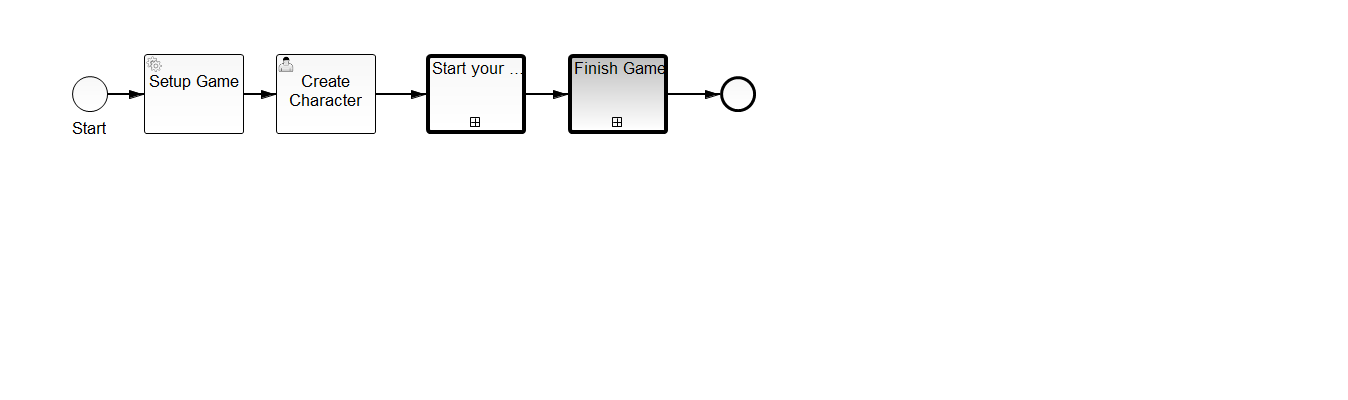
Above: src/main/resources/ceo.png in NPDeehan/bpmn-quest (BPMN), before the change. Its source is kept beside it as src/main/resources/ceo.bpmn. Ids are renumbered. Source of this version:
```xml
<bpmn2:definitions xmlns:xsi="http://www.w3.org/2001/XMLSchema-instance" xmlns:bpmn2="http://www.omg.org/spec/BPMN/20100524/MODEL" xmlns:bpmndi="http://www.omg.org/spec/BPMN/20100524/DI" xmlns:camunda="http://activiti.org/bpmn" xmlns:dc="http://www.omg.org/spec/DD/20100524/DC" xmlns:di="http://www.omg.org/spec/DD/20100524/DI" xsi:schemaLocation="http://www.omg.org/spec/BPMN/20100524/MODEL BPMN20.xsd" id="_fpaooEzmEeWw2LDX4aXqRw" exporter="camunda modeler" exporterVersion="2.7.0" targetNamespace="http://activiti.org/bpmn">
  <bpmn2:process id="ceo" name="CEO Game" isExecutable="true">
    <bpmn2:startEvent id="StartEvent_1" name="Start">
      <bpmn2:outgoing>SequenceFlow_1</bpmn2:outgoing>
    </bpmn2:startEvent>
    <bpmn2:sequenceFlow id="SequenceFlow_1" name="" sourceRef="StartEvent_1" targetRef="ServiceTask_1"/>
    <bpmn2:serviceTask id="ServiceTask_1" camunda:class="org.camunda.bpmn.quest.CharacterCreator.CreateCharacterDelegate" name="Setup Game">
      <bpmn2:incoming>SequenceFlow_1</bpmn2:incoming>
      <bpmn2:outgoing>SequenceFlow_2</bpmn2:outgoing>
    </bpmn2:serviceTask>
    <bpmn2:sequenceFlow id="SequenceFlow_2" name="" sourceRef="ServiceTask_1" targetRef="UserTask_1"/>
    <bpmn2:userTask id="UserTask_1" name="Create Character">
      <bpmn2:incoming>SequenceFlow_2</bpmn2:incoming>
      <bpmn2:outgoing>SequenceFlow_3</bpmn2:outgoing>
    </bpmn2:userTask>
    <bpmn2:callActivity id="CallActivity_1" name="Start your BPM Company" calledElement="storyItem">
      <bpmn2:extensionElements>
        <camunda:in sourceExpression="Start a BPM company!" target="storyTitle"/>
        <camunda:in sourceExpression="&lt;p>Greetings, #{playerCharacter.characterName}&lt;/p>&lt;p>Have you ever dreamt of getting rid of your stupid boss and start your own business? Well, this is your chance! You can create your own BPM company and fight your way to the top of the world.&lt;/p>&lt;p>&lt;strong>" target="storyText"/>
        <camunda:in sourceExpression="Consultant, Software Vendor" target="decisionOptions"/>
        <camunda:in sourceExpression="http://c.fastcompany.net/multisite_files/fastcompany/imagecache/1280/fc_files/2012/1808106-how-to-talk-to-your-boss-and-fix-your-job-rotator.jpg" target="storyPicture"/>
        <camunda:out variables="all"/>
        <camunda:in businessKey="#{execution.processBusinessKey}"/>
        <camunda:in source="playerCharacter" target="playerCharacter"/>
      </bpmn2:extensionElements>
      <bpmn2:incoming>SequenceFlow_3</bpmn2:incoming>
      <bpmn2:outgoing>SequenceFlow_4</bpmn2:outgoing>
    </bpmn2:callActivity>
    <bpmn2:sequenceFlow id="SequenceFlow_3" name="" sourceRef="UserTask_1" targetRef="CallActivity_1"/>
    <bpmn2:sequenceFlow id="SequenceFlow_4" name="" sourceRef="CallActivity_1" targetRef="CallActivity_2"/>
    <bpmn2:endEvent id="EndEvent_1">
      <bpmn2:incoming>SequenceFlow_5</bpmn2:incoming>
    </bpmn2:endEvent>
    <bpmn2:callActivity id="CallActivity_2" name="Finish Game" calledElement="storyItem">
      <bpmn2:extensionElements>
        <camunda:in businessKey="#{execution.processBusinessKey}"/>
        <camunda:in source="playerCharacter" target="playerCharacter"/>
        <camunda:in sourceExpression="Goodbye" target="storyTitle"/>
        <camunda:in sourceExpression="Thank you for your time - was great fun heh?" target="storyText"/>
      </bpmn2:extensionElements>
      <bpmn2:incoming>SequenceFlow_4</bpmn2:incoming>
      <bpmn2:outgoing>SequenceFlow_5</bpmn2:outgoing>
    </bpmn2:callActivity>
    <bpmn2:sequenceFlow id="SequenceFlow_5" name="" sourceRef="CallActivity_2" targetRef="EndEvent_1"/>
  </bpmn2:process>
  <bpmndi:BPMNDiagram id="BPMNDiagram_1">
    <bpmndi:BPMNPlane id="BPMNPlane_1" bpmnElement="ceo">
      <bpmndi:BPMNShape id="_BPMNShape_StartEvent_7" bpmnElement="StartEvent_1">
        <dc:Bounds height="36.0" width="36.0" x="72.0" y="76.0"/>
        <bpmndi:BPMNLabel>
          <dc:Bounds height="0.0" width="0.0" x="90.0" y="117.0"/>
        </bpmndi:BPMNLabel>
      </bpmndi:BPMNShape>
      <bpmndi:BPMNShape id="_BPMNShape_ServiceTask_29" bpmnElement="ServiceTask_1">
        <dc:Bounds height="80.0" width="100.0" x="144.0" y="54.0"/>
      </bpmndi:BPMNShape>
      <bpmndi:BPMNEdge id="BPMNEdge_SequenceFlow_1" bpmnElement="SequenceFlow_1" sourceElement="_BPMNShape_StartEvent_7" targetElement="_BPMNShape_ServiceTask_29">
        <di:waypoint xsi:type="dc:Point" x="108.0" y="94.0"/>
        <di:waypoint xsi:type="dc:Point" x="144.0" y="94.0"/>
        <bpmndi:BPMNLabel>
          <dc:Bounds height="6.0" width="6.0" x="130.0" y="94.0"/>
        </bpmndi:BPMNLabel>
      </bpmndi:BPMNEdge>
      <bpmndi:BPMNShape id="_BPMNShape_UserTask_8" bpmnElement="UserTask_1">
        <dc:Bounds height="80.0" width="100.0" x="276.0" y="54.0"/>
      </bpmndi:BPMNShape>
      <bpmndi:BPMNEdge id="BPMNEdge_SequenceFlow_2" bpmnElement="SequenceFlow_2" sourceElement="_BPMNShape_ServiceTask_29" targetElement="_BPMNShape_UserTask_8">
        <di:waypoint xsi:type="dc:Point" x="244.0" y="94.0"/>
        <di:waypoint xsi:type="dc:Point" x="276.0" y="94.0"/>
        <bpmndi:BPMNLabel>
          <dc:Bounds height="6.0" width="6.0" x="266.0" y="94.0"/>
        </bpmndi:BPMNLabel>
      </bpmndi:BPMNEdge>
      <bpmndi:BPMNShape id="_BPMNShape_CallActivity_7" bpmnElement="CallActivity_1">
        <dc:Bounds height="80.0" width="100.0" x="426.0" y="54.0"/>
      </bpmndi:BPMNShape>
      <bpmndi:BPMNEdge id="BPMNEdge_SequenceFlow_3" bpmnElement="SequenceFlow_3" sourceElement="_BPMNShape_UserTask_8" targetElement="_BPMNShape_CallActivity_7">
        <di:waypoint xsi:type="dc:Point" x="376.0" y="94.0"/>
        <di:waypoint xsi:type="dc:Point" x="426.0" y="94.0"/>
      </bpmndi:BPMNEdge>
      <bpmndi:BPMNShape id="_BPMNShape_EndEvent_38" bpmnElement="EndEvent_1">
        <dc:Bounds height="36.0" width="36.0" x="720.0" y="76.0"/>
        <bpmndi:BPMNLabel>
          <dc:Bounds height="0.0" width="0.0" x="738.0" y="117.0"/>
        </bpmndi:BPMNLabel>
      </bpmndi:BPMNShape>
      <bpmndi:BPMNEdge id="BPMNEdge_SequenceFlow_4" bpmnElement="SequenceFlow_4" sourceElement="_BPMNShape_CallActivity_7" targetElement="_BPMNShape_CallActivity_8">
        <di:waypoint xsi:type="dc:Point" x="526.0" y="94.0"/>
        <di:waypoint xsi:type="dc:Point" x="568.0" y="94.0"/>
        <bpmndi:BPMNLabel>
          <dc:Bounds height="6.0" width="6.0" x="548.0" y="94.0"/>
        </bpmndi:BPMNLabel>
      </bpmndi:BPMNEdge>
      <bpmndi:BPMNShape id="_BPMNShape_CallActivity_8" bpmnElement="CallActivity_2">
        <dc:Bounds height="80.0" width="100.0" x="568.0" y="54.0"/>
      </bpmndi:BPMNShape>
      <bpmndi:BPMNEdge id="BPMNEdge_SequenceFlow_5" bpmnElement="SequenceFlow_5" sourceElement="_BPMNShape_CallActivity_8" targetElement="_BPMNShape_EndEvent_38">
        <di:waypoint xsi:type="dc:Point" x="668.0" y="94.0"/>
        <di:waypoint xsi:type="dc:Point" x="720.0" y="94.0"/>
      </bpmndi:BPMNEdge>
    </bpmndi:BPMNPlane>
  </bpmndi:BPMNDiagram>
</bpmn2:definitions>
```
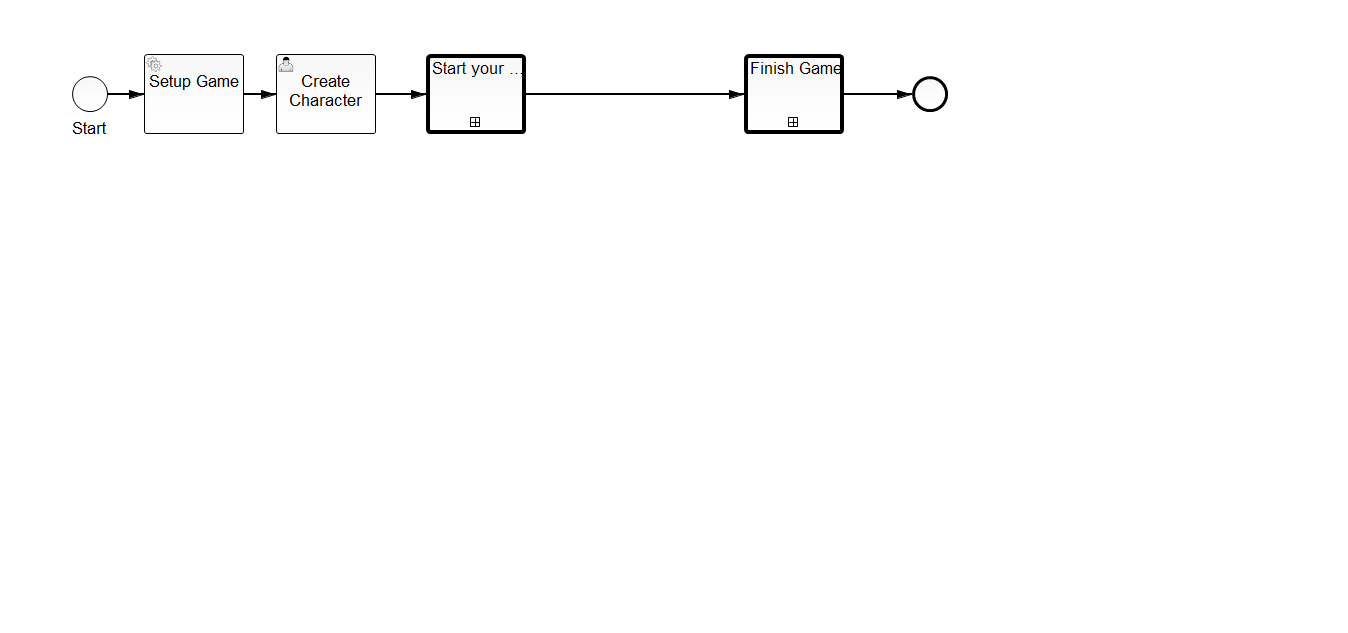
After the commit.

Commit message:
:camel: (CEO): Complete CEO Dungeon

Change to the diagram source:
```diff
@@ -16,7 +16,7 @@
     <bpmn2:callActivity id="CallActivity_1" name="Start your BPM Company" calledElement="storyItem">
       <bpmn2:extensionElements>
         <camunda:in sourceExpression="Start a BPM company!" target="storyTitle"/>
-        <camunda:in sourceExpression="&lt;p>Greetings, #{playerCharacter.characterName}&lt;/p>&lt;p>Have you ever dreamt of getting rid of your stupid boss and start your own business? Well, this is your chance! You can create your own BPM company and fight your way to the top of the world.&lt;/p>&lt;p>&lt;strong>" target="storyText"/>
+        <camunda:in sourceExpression="&lt;p>Greetings, #{playerCharacter.characterName}&lt;/p>&lt;p>Have you ever dreamt of getting rid of your stupid boss and start your own business? Well, this is your chance! You can create your own BPM company and fight your way to the top of the world.&lt;/p>&lt;p>&lt;strong>Please pick the kind of BPM business you want to start&lt;/strong>&lt;/p>" target="storyText"/>
         <camunda:in sourceExpression="Consultant, Software Vendor" target="decisionOptions"/>
         <camunda:in sourceExpression="http://c.fastcompany.net/multisite_files/fastcompany/imagecache/1280/fc_files/2012/1808106-how-to-talk-to-your-boss-and-fix-your-job-rotator.jpg" target="storyPicture"/>
         <camunda:out variables="all"/>
@@ -27,10 +27,48 @@
       <bpmn2:outgoing>SequenceFlow_4</bpmn2:outgoing>
     </bpmn2:callActivity>
     <bpmn2:sequenceFlow id="SequenceFlow_3" name="" sourceRef="UserTask_1" targetRef="CallActivity_1"/>
-    <bpmn2:sequenceFlow id="SequenceFlow_4" name="" sourceRef="CallActivity_1" targetRef="CallActivity_2"/>
-    <bpmn2:endEvent id="EndEvent_1">
-      <bpmn2:incoming>SequenceFlow_5</bpmn2:incoming>
-    </bpmn2:endEvent>
+    <bpmn2:sequenceFlow id="SequenceFlow_4" name="" sourceRef="CallActivity_1" targetRef="ExclusiveGateway_1"/>
+    <bpmn2:exclusiveGateway id="ExclusiveGateway_1" name="Kind of Business?">
+      <bpmn2:incoming>SequenceFlow_4</bpmn2:incoming>
+      <bpmn2:outgoing>SequenceFlow_6</bpmn2:outgoing>
+      <bpmn2:outgoing>SequenceFlow_7</bpmn2:outgoing>
+    </bpmn2:exclusiveGateway>
+    <bpmn2:sequenceFlow id="SequenceFlow_6" name="Vendor" sourceRef="ExclusiveGateway_1" targetRef="CallActivity_5">
+      <bpmn2:conditionExpression xsi:type="bpmn2:tFormalExpression">#{decision=='Software Vendor'}</bpmn2:conditionExpression>
+    </bpmn2:sequenceFlow>
+    <bpmn2:sequenceFlow id="SequenceFlow_7" name="Consulting" sourceRef="ExclusiveGateway_1" targetRef="CallActivity_4">
+      <bpmn2:conditionExpression xsi:type="bpmn2:tFormalExpression">#{decision=='Consultant'}</bpmn2:conditionExpression>
+    </bpmn2:sequenceFlow>
+    <bpmn2:callActivity id="CallActivity_3" name="BPMN Riddle" calledElement="riddle">
+      <bpmn2:extensionElements>
+        <camunda:in businessKey="#{execution.processBusinessKey}"/>
+        <camunda:in variables="all"/>
+        <camunda:out variables="all"/>
+      </bpmn2:extensionElements>
+      <bpmn2:incoming>SequenceFlow_8</bpmn2:incoming>
+      <bpmn2:outgoing>SequenceFlow_10</bpmn2:outgoing>
+    </bpmn2:callActivity>
+    <bpmn2:callActivity id="CallActivity_4" name="Get Briefing" calledElement="storyItem">
+      <bpmn2:extensionElements>
+        <camunda:in businessKey="#{execution.processBusinessKey}"/>
+        <camunda:in source="playerCharacter" target="playerCharacter"/>
+        <camunda:in sourceExpression="Build up a BPM Consulting Business" target="storyTitle"/>
+        <camunda:in sourceExpression="&lt;p>Well, #{playerCharacter.characterName}&lt;/p>&lt;p>The Consulting Business is tricky: You can start it at once and will be profitable almost immediately, but it's hard to scale. That said, you need to understand BPM in order to create a great BPM software, so maybe it's a good idea to start with Consulting for now.&lt;/p>&lt;p>&lt;strong>Prove that you're worth it and solve the next BPMN riddle!&lt;/strong>&lt;/p>" target="storyText"/>
+        <camunda:in sourceExpression="http://www.northernsun.com/images/imagelarge/Professional-Smartass-Button-(0165).png" target="storyPicture"/>
+        <camunda:in sourceExpression="Continue" target="decisionOptions"/>
+        <camunda:out variables="all"/>
+      </bpmn2:extensionElements>
+      <bpmn2:incoming>SequenceFlow_7</bpmn2:incoming>
+      <bpmn2:outgoing>SequenceFlow_8</bpmn2:outgoing>
+    </bpmn2:callActivity>
+    <bpmn2:sequenceFlow id="SequenceFlow_8" name="" sourceRef="CallActivity_4" targetRef="CallActivity_3"/>
+    <bpmn2:sequenceFlow id="SequenceFlow_10" name="" sourceRef="CallActivity_3" targetRef="ExclusiveGateway_2"/>
+    <bpmn2:exclusiveGateway id="ExclusiveGateway_2">
+      <bpmn2:incoming>SequenceFlow_10</bpmn2:incoming>
+      <bpmn2:incoming>SequenceFlow_12</bpmn2:incoming>
+      <bpmn2:outgoing>SequenceFlow_9</bpmn2:outgoing>
+    </bpmn2:exclusiveGateway>
+    <bpmn2:sequenceFlow id="SequenceFlow_9" name="" sourceRef="ExclusiveGateway_2" targetRef="CallActivity_2"/>
     <bpmn2:callActivity id="CallActivity_2" name="Finish Game" calledElement="storyItem">
       <bpmn2:extensionElements>
         <camunda:in businessKey="#{execution.processBusinessKey}"/>
@@ -38,10 +76,36 @@
         <camunda:in sourceExpression="Goodbye" target="storyTitle"/>
         <camunda:in sourceExpression="Thank you for your time - was great fun heh?" target="storyText"/>
       </bpmn2:extensionElements>
-      <bpmn2:incoming>SequenceFlow_4</bpmn2:incoming>
+      <bpmn2:incoming>SequenceFlow_9</bpmn2:incoming>
       <bpmn2:outgoing>SequenceFlow_5</bpmn2:outgoing>
     </bpmn2:callActivity>
     <bpmn2:sequenceFlow id="SequenceFlow_5" name="" sourceRef="CallActivity_2" targetRef="EndEvent_1"/>
+    <bpmn2:endEvent id="EndEvent_1">
+      <bpmn2:incoming>SequenceFlow_5</bpmn2:incoming>
+    </bpmn2:endEvent>
+    <bpmn2:callActivity id="CallActivity_5" name="Brief Vendor" calledElement="storyItem">
+      <bpmn2:extensionElements>
+        <camunda:in businessKey="#{execution.processBusinessKey}"/>
+        <camunda:in source="playerCharacter" target="playerCharacter"/>
+        <camunda:in sourceExpression="Become a BPM Software Vendor!?" target="storyTitle"/>
+        <camunda:in sourceExpression="&lt;p>Are you serious, #{playerCharacter.characterName}!?&lt;/p>&lt;p>Do you know what you're doing? The stress, the challenge, the endless feature requests from people not knowing shit about BPM, technology or both? Running a team of DEVELOPERS, you really wanna do that?&lt;/p>&lt;p>&lt;strong>Well, up to you, poor bastard - Go fight your competition!&lt;/strong>&lt;/p>" target="storyText"/>
+        <camunda:in sourceExpression="http://m.memegen.com/1ibubs.jpg" target="storyPicture"/>
+        <camunda:in sourceExpression="I do it anyway!" target="decisionOptions"/>
+      </bpmn2:extensionElements>
+      <bpmn2:incoming>SequenceFlow_6</bpmn2:incoming>
+      <bpmn2:outgoing>SequenceFlow_11</bpmn2:outgoing>
+    </bpmn2:callActivity>
+    <bpmn2:callActivity id="CallActivity_6" name="Fight Competitor" calledElement="fight">
+      <bpmn2:extensionElements>
+        <camunda:in businessKey="#{execution.processBusinessKey}"/>
+        <camunda:in variables="all"/>
+        <camunda:out variables="all"/>
+      </bpmn2:extensionElements>
+      <bpmn2:incoming>SequenceFlow_11</bpmn2:incoming>
+      <bpmn2:outgoing>SequenceFlow_12</bpmn2:outgoing>
+    </bpmn2:callActivity>
+    <bpmn2:sequenceFlow id="SequenceFlow_11" name="" sourceRef="CallActivity_5" targetRef="CallActivity_6"/>
+    <bpmn2:sequenceFlow id="SequenceFlow_12" name="" sourceRef="CallActivity_6" targetRef="ExclusiveGateway_2"/>
   </bpmn2:process>
   <bpmndi:BPMNDiagram id="BPMNDiagram_1">
     <bpmndi:BPMNPlane id="BPMNPlane_1" bpmnElement="ceo">
@@ -79,24 +143,99 @@
         <di:waypoint xsi:type="dc:Point" x="426.0" y="94.0"/>
       </bpmndi:BPMNEdge>
       <bpmndi:BPMNShape id="_BPMNShape_EndEvent_38" bpmnElement="EndEvent_1">
-        <dc:Bounds height="36.0" width="36.0" x="720.0" y="76.0"/>
+        <dc:Bounds height="36.0" width="36.0" x="1440.0" y="77.0"/>
         <bpmndi:BPMNLabel>
-          <dc:Bounds height="0.0" width="0.0" x="738.0" y="117.0"/>
+          <dc:Bounds height="0.0" width="0.0" x="1458.0" y="118.0"/>
         </bpmndi:BPMNLabel>
       </bpmndi:BPMNShape>
-      <bpmndi:BPMNEdge id="BPMNEdge_SequenceFlow_4" bpmnElement="SequenceFlow_4" sourceElement="_BPMNShape_CallActivity_7" targetElement="_BPMNShape_CallActivity_8">
+      <bpmndi:BPMNEdge id="BPMNEdge_SequenceFlow_4" bpmnElement="SequenceFlow_4" sourceElement="_BPMNShape_CallActivity_7" targetElement="_BPMNShape_ExclusiveGateway_10">
         <di:waypoint xsi:type="dc:Point" x="526.0" y="94.0"/>
-        <di:waypoint xsi:type="dc:Point" x="568.0" y="94.0"/>
+        <di:waypoint xsi:type="dc:Point" x="573.0" y="94.0"/>
         <bpmndi:BPMNLabel>
           <dc:Bounds height="6.0" width="6.0" x="548.0" y="94.0"/>
         </bpmndi:BPMNLabel>
       </bpmndi:BPMNEdge>
       <bpmndi:BPMNShape id="_BPMNShape_CallActivity_8" bpmnElement="CallActivity_2">
-        <dc:Bounds height="80.0" width="100.0" x="568.0" y="54.0"/>
+        <dc:Bounds height="80.0" width="100.0" x="1272.0" y="55.0"/>
       </bpmndi:BPMNShape>
       <bpmndi:BPMNEdge id="BPMNEdge_SequenceFlow_5" bpmnElement="SequenceFlow_5" sourceElement="_BPMNShape_CallActivity_8" targetElement="_BPMNShape_EndEvent_38">
-        <di:waypoint xsi:type="dc:Point" x="668.0" y="94.0"/>
+        <di:waypoint xsi:type="dc:Point" x="1372.0" y="95.0"/>
+        <di:waypoint xsi:type="dc:Point" x="1440.0" y="95.0"/>
+        <bpmndi:BPMNLabel>
+          <dc:Bounds height="6.0" width="6.0" x="1598.0" y="112.0"/>
+        </bpmndi:BPMNLabel>
+      </bpmndi:BPMNEdge>
+      <bpmndi:BPMNShape id="_BPMNShape_ExclusiveGateway_10" bpmnElement="ExclusiveGateway_1" isMarkerVisible="true">
+        <dc:Bounds height="50.0" width="50.0" x="573.0" y="69.0"/>
+        <bpmndi:BPMNLabel>
+          <dc:Bounds height="25.0" width="138.0" x="540.0" y="36.0"/>
+        </bpmndi:BPMNLabel>
+      </bpmndi:BPMNShape>
+      <bpmndi:BPMNEdge id="BPMNEdge_SequenceFlow_6" bpmnElement="SequenceFlow_6" sourceElement="_BPMNShape_ExclusiveGateway_10" targetElement="_BPMNShape_CallActivity_11">
+        <di:waypoint xsi:type="dc:Point" x="623.0" y="94.0"/>
         <di:waypoint xsi:type="dc:Point" x="720.0" y="94.0"/>
+        <bpmndi:BPMNLabel>
+          <dc:Bounds height="25.0" width="59.0" x="623.0" y="109.0"/>
+        </bpmndi:BPMNLabel>
+      </bpmndi:BPMNEdge>
+      <bpmndi:BPMNShape id="_BPMNShape_CallActivity_9" bpmnElement="CallActivity_3">
+        <dc:Bounds height="80.0" width="100.0" x="804.0" y="194.0"/>
+      </bpmndi:BPMNShape>
+      <bpmndi:BPMNEdge id="BPMNEdge_SequenceFlow_7" bpmnElement="SequenceFlow_7" sourceElement="_BPMNShape_ExclusiveGateway_10" targetElement="_BPMNShape_CallActivity_10">
+        <di:waypoint xsi:type="dc:Point" x="598.0" y="119.0"/>
+        <di:waypoint xsi:type="dc:Point" x="598.0" y="234.0"/>
+        <di:waypoint xsi:type="dc:Point" x="674.0" y="234.0"/>
+        <bpmndi:BPMNLabel>
+          <dc:Bounds height="25.0" width="82.0" x="568.0" y="250.0"/>
+        </bpmndi:BPMNLabel>
+      </bpmndi:BPMNEdge>
+      <bpmndi:BPMNShape id="_BPMNShape_CallActivity_10" bpmnElement="CallActivity_4">
+        <dc:Bounds height="80.0" width="100.0" x="674.0" y="194.0"/>
+      </bpmndi:BPMNShape>
+      <bpmndi:BPMNEdge id="BPMNEdge_SequenceFlow_8" bpmnElement="SequenceFlow_8" sourceElement="_BPMNShape_CallActivity_10" targetElement="_BPMNShape_CallActivity_9">
+        <di:waypoint xsi:type="dc:Point" x="774.0" y="234.0"/>
+        <di:waypoint xsi:type="dc:Point" x="804.0" y="234.0"/>
+        <bpmndi:BPMNLabel>
+          <dc:Bounds height="6.0" width="6.0" x="799.0" y="234.0"/>
+        </bpmndi:BPMNLabel>
+      </bpmndi:BPMNEdge>
+      <bpmndi:BPMNShape id="_BPMNShape_ExclusiveGateway_11" bpmnElement="ExclusiveGateway_2" isMarkerVisible="true">
+        <dc:Bounds height="50.0" width="50.0" x="1138.0" y="70.0"/>
+        <bpmndi:BPMNLabel>
+          <dc:Bounds height="0.0" width="0.0" x="1163.0" y="125.0"/>
+        </bpmndi:BPMNLabel>
+      </bpmndi:BPMNShape>
+      <bpmndi:BPMNEdge id="BPMNEdge_SequenceFlow_9" bpmnElement="SequenceFlow_9" sourceElement="_BPMNShape_ExclusiveGateway_11" targetElement="_BPMNShape_CallActivity_8">
+        <di:waypoint xsi:type="dc:Point" x="1188.0" y="95.0"/>
+        <di:waypoint xsi:type="dc:Point" x="1272.0" y="95.0"/>
+        <bpmndi:BPMNLabel>
+          <dc:Bounds height="6.0" width="6.0" x="1227.0" y="96.0"/>
+        </bpmndi:BPMNLabel>
+      </bpmndi:BPMNEdge>
+      <bpmndi:BPMNEdge id="BPMNEdge_SequenceFlow_10" bpmnElement="SequenceFlow_10" sourceElement="_BPMNShape_CallActivity_9" targetElement="_BPMNShape_ExclusiveGateway_11">
+        <di:waypoint xsi:type="dc:Point" x="904.0" y="234.0"/>
+        <di:waypoint xsi:type="dc:Point" x="943.0" y="234.0"/>
+        <di:waypoint xsi:type="dc:Point" x="1163.0" y="234.0"/>
+        <di:waypoint xsi:type="dc:Point" x="1163.0" y="120.0"/>
+        <bpmndi:BPMNLabel>
+          <dc:Bounds height="6.0" width="6.0" x="1010.0" y="234.0"/>
+        </bpmndi:BPMNLabel>
+      </bpmndi:BPMNEdge>
+      <bpmndi:BPMNShape id="_BPMNShape_CallActivity_11" bpmnElement="CallActivity_5">
+        <dc:Bounds height="80.0" width="100.0" x="720.0" y="54.0"/>
+      </bpmndi:BPMNShape>
+      <bpmndi:BPMNShape id="_BPMNShape_CallActivity_12" bpmnElement="CallActivity_6">
+        <dc:Bounds height="80.0" width="100.0" x="870.0" y="54.0"/>
+      </bpmndi:BPMNShape>
+      <bpmndi:BPMNEdge id="BPMNEdge_SequenceFlow_11" bpmnElement="SequenceFlow_11" sourceElement="_BPMNShape_CallActivity_11" targetElement="_BPMNShape_CallActivity_12">
+        <di:waypoint xsi:type="dc:Point" x="820.0" y="94.0"/>
+        <di:waypoint xsi:type="dc:Point" x="870.0" y="94.0"/>
+      </bpmndi:BPMNEdge>
+      <bpmndi:BPMNEdge id="BPMNEdge_SequenceFlow_12" bpmnElement="SequenceFlow_12" sourceElement="_BPMNShape_CallActivity_12" targetElement="_BPMNShape_ExclusiveGateway_11">
+        <di:waypoint xsi:type="dc:Point" x="970.0" y="94.0"/>
+        <di:waypoint xsi:type="dc:Point" x="1054.0" y="94.0"/>
+        <di:waypoint xsi:type="dc:Point" x="1054.0" y="95.0"/>
+        <di:waypoint xsi:type="dc:Point" x="1138.0" y="95.0"/>
       </bpmndi:BPMNEdge>
     </bpmndi:BPMNPlane>
   </bpmndi:BPMNDiagram>
```
